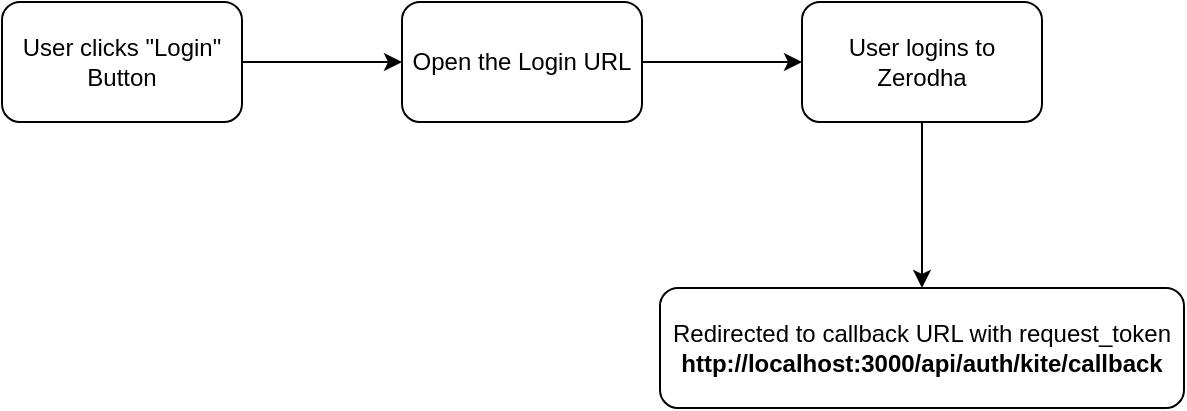
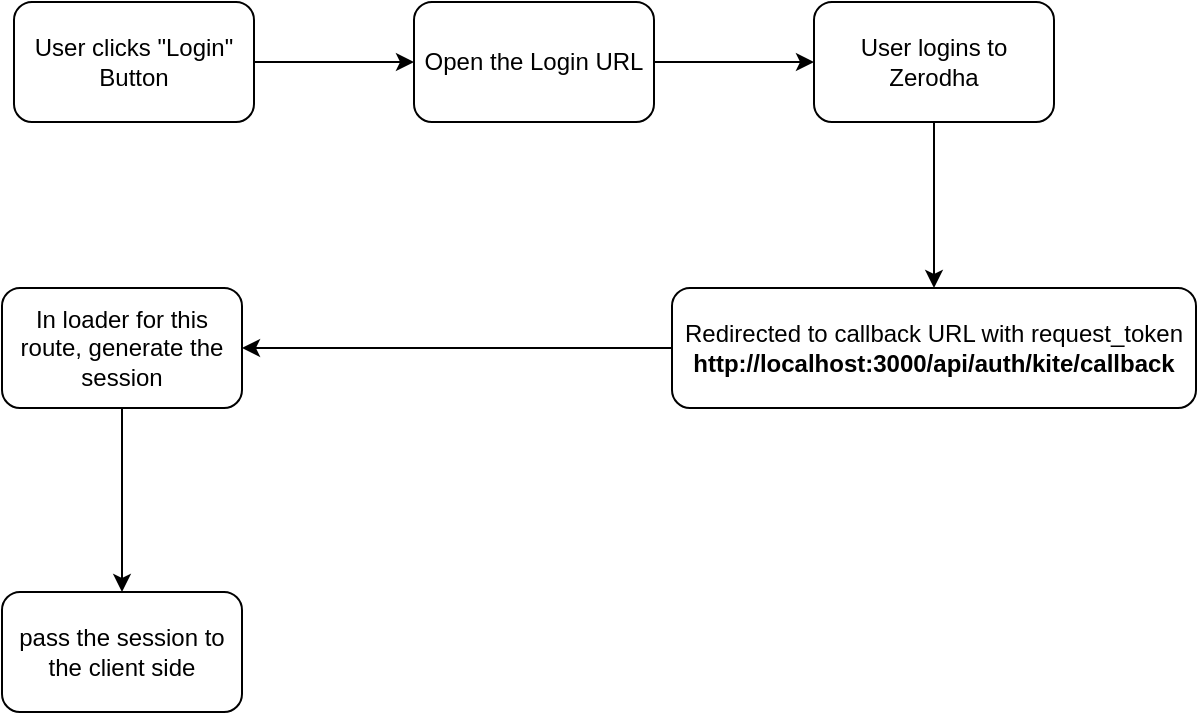
<mxfile host="app.diagrams.net" pages="3">
  <diagram id="4KjMPYYtLXdBkkJX1B08" name="Auth">
-     <mxGraphModel dx="726" dy="626" grid="0" gridSize="10" guides="1" tooltips="1" connect="1" arrows="1" fold="1" page="0" pageScale="1" pageWidth="402" pageHeight="874" math="0" shadow="0">
+     <mxGraphModel dx="957" dy="626" grid="0" gridSize="10" guides="1" tooltips="1" connect="1" arrows="1" fold="1" page="0" pageScale="1" pageWidth="402" pageHeight="874" math="0" shadow="0">
      <root>
        <mxCell id="0" />
        <mxCell id="1" parent="0" />
        <mxCell id="pPH6oVQiPgVcm9OUePWL-3" edge="1" parent="1" source="pPH6oVQiPgVcm9OUePWL-1" style="edgeStyle=orthogonalEdgeStyle;rounded=0;orthogonalLoop=1;jettySize=auto;html=1;" target="pPH6oVQiPgVcm9OUePWL-2" value="">
          <mxGeometry relative="1" as="geometry" />
        </mxCell>
        <mxCell id="pPH6oVQiPgVcm9OUePWL-1" parent="1" style="rounded=1;whiteSpace=wrap;html=1;" value="User clicks &quot;Login&quot; Button" vertex="1">
          <mxGeometry height="60" width="120" x="23" y="101" as="geometry" />
        </mxCell>
        <mxCell id="pPH6oVQiPgVcm9OUePWL-5" edge="1" parent="1" source="pPH6oVQiPgVcm9OUePWL-2" style="edgeStyle=orthogonalEdgeStyle;rounded=0;orthogonalLoop=1;jettySize=auto;html=1;" target="pPH6oVQiPgVcm9OUePWL-4" value="">
          <mxGeometry relative="1" as="geometry" />
        </mxCell>
        <mxCell id="pPH6oVQiPgVcm9OUePWL-2" parent="1" style="whiteSpace=wrap;html=1;rounded=1;" value="Open the Login URL" vertex="1">
          <mxGeometry height="60" width="120" x="223" y="101" as="geometry" />
        </mxCell>
        <mxCell id="pPH6oVQiPgVcm9OUePWL-7" edge="1" parent="1" source="pPH6oVQiPgVcm9OUePWL-4" style="edgeStyle=orthogonalEdgeStyle;rounded=0;orthogonalLoop=1;jettySize=auto;html=1;" target="pPH6oVQiPgVcm9OUePWL-6" value="">
          <mxGeometry relative="1" as="geometry" />
        </mxCell>
        <mxCell id="pPH6oVQiPgVcm9OUePWL-4" parent="1" style="whiteSpace=wrap;html=1;rounded=1;" value="User logins to Zerodha" vertex="1">
          <mxGeometry height="60" width="120" x="423" y="101" as="geometry" />
        </mxCell>
+         <mxCell id="pPH6oVQiPgVcm9OUePWL-9" edge="1" parent="1" source="pPH6oVQiPgVcm9OUePWL-6" style="edgeStyle=orthogonalEdgeStyle;rounded=0;orthogonalLoop=1;jettySize=auto;html=1;" target="pPH6oVQiPgVcm9OUePWL-8" value="">
+           <mxGeometry relative="1" as="geometry" />
+         </mxCell>
        <mxCell id="pPH6oVQiPgVcm9OUePWL-6" parent="1" style="whiteSpace=wrap;html=1;rounded=1;" value="Redirected to callback URL with request_token&lt;br&gt;&lt;b&gt;http://localhost:3000/api/auth/kite/callback&lt;/b&gt;" vertex="1">
          <mxGeometry height="60" width="262" x="352" y="244" as="geometry" />
+         </mxCell>
+         <mxCell id="pPH6oVQiPgVcm9OUePWL-11" edge="1" parent="1" source="pPH6oVQiPgVcm9OUePWL-8" style="edgeStyle=orthogonalEdgeStyle;rounded=0;orthogonalLoop=1;jettySize=auto;html=1;" target="pPH6oVQiPgVcm9OUePWL-10" value="">
+           <mxGeometry relative="1" as="geometry" />
+         </mxCell>
+         <mxCell id="pPH6oVQiPgVcm9OUePWL-8" parent="1" style="whiteSpace=wrap;html=1;rounded=1;" value="In loader for this route, generate the session" vertex="1">
+           <mxGeometry height="60" width="120" x="17" y="244" as="geometry" />
+         </mxCell>
+         <mxCell id="pPH6oVQiPgVcm9OUePWL-10" parent="1" style="whiteSpace=wrap;html=1;rounded=1;" value="pass the session to the client side" vertex="1">
+           <mxGeometry height="60" width="120" x="17" y="396" as="geometry" />
        </mxCell>
      </root>
    </mxGraphModel>
  </diagram>
  <diagram name="UI/UX" id="5MV4RERJIjpIYta4IkZD">
    <mxGraphModel dx="3134" dy="2189" grid="0" gridSize="10" guides="1" tooltips="1" connect="1" arrows="1" fold="1" page="0" pageScale="1" pageWidth="402" pageHeight="874" background="#ffffff" math="0" shadow="0">
      <root>
        <mxCell id="0" />
        <mxCell id="1" parent="0" />
        <mxCell id="ExlUUjPYo0Ii6ma58Pc_-14" parent="1" style="rounded=1;whiteSpace=wrap;html=1;" value="" vertex="1">
          <mxGeometry height="321" width="1097" x="-296" y="-20" as="geometry" />
        </mxCell>
        <mxCell id="ExlUUjPYo0Ii6ma58Pc_-13" parent="1" style="rounded=1;whiteSpace=wrap;html=1;" value="" vertex="1">
          <mxGeometry height="321" width="1097" x="-287" y="732" as="geometry" />
        </mxCell>
        <mxCell id="iMmVTYed4h1aN_pzg3ix-1" parent="1" style="text;html=1;whiteSpace=wrap;strokeColor=none;fillColor=none;align=center;verticalAlign=middle;rounded=0;fontStyle=1;fontSize=48;fontColor=light-dark(#7a7978, #ededed);" value="Net Qty." vertex="1">
          <mxGeometry height="59" width="60" x="-120" y="72" as="geometry" />
        </mxCell>
        <mxCell id="iMmVTYed4h1aN_pzg3ix-2" parent="1" style="text;html=1;whiteSpace=wrap;strokeColor=none;fillColor=none;align=center;verticalAlign=middle;rounded=0;fontStyle=1;fontSize=48;fontColor=light-dark(#7a7978, #ededed);" value="AVG. PRICE" vertex="1">
          <mxGeometry height="59" width="60" x="149" y="61" as="geometry" />
        </mxCell>
        <mxCell id="iMmVTYed4h1aN_pzg3ix-3" parent="1" style="text;html=1;whiteSpace=wrap;strokeColor=none;fillColor=none;align=center;verticalAlign=middle;rounded=0;fontStyle=1;fontSize=48;fontColor=light-dark(#7a7978, #ededed);" value="LTP" vertex="1">
          <mxGeometry height="59" width="60" x="418" y="61" as="geometry" />
        </mxCell>
        <mxCell id="iMmVTYed4h1aN_pzg3ix-4" parent="1" style="text;html=1;whiteSpace=wrap;strokeColor=none;fillColor=none;align=center;verticalAlign=middle;rounded=0;fontStyle=1;fontSize=48;fontColor=light-dark(#7a7978, #ededed);" value="PnL" vertex="1">
          <mxGeometry height="59" width="60" x="687" y="61" as="geometry" />
        </mxCell>
        <mxCell id="iMmVTYed4h1aN_pzg3ix-5" parent="1" style="text;html=1;whiteSpace=wrap;strokeColor=none;fillColor=none;align=center;verticalAlign=middle;rounded=0;fontSize=36;fontStyle=1" value="100" vertex="1">
          <mxGeometry height="30" width="60" x="-120" y="211" as="geometry" />
        </mxCell>
        <mxCell id="iMmVTYed4h1aN_pzg3ix-6" parent="1" style="text;html=1;whiteSpace=wrap;strokeColor=none;fillColor=none;align=center;verticalAlign=middle;rounded=0;fontSize=36;fontStyle=1" value="36.40" vertex="1">
          <mxGeometry height="30" width="60" x="149" y="211" as="geometry" />
        </mxCell>
        <mxCell id="iMmVTYed4h1aN_pzg3ix-7" parent="1" style="text;html=1;whiteSpace=wrap;strokeColor=none;fillColor=none;align=center;verticalAlign=middle;rounded=0;fontSize=36;fontStyle=1" value="37.45" vertex="1">
          <mxGeometry height="30" width="60" x="418" y="211" as="geometry" />
        </mxCell>
        <mxCell id="iMmVTYed4h1aN_pzg3ix-8" parent="1" style="text;html=1;whiteSpace=wrap;strokeColor=none;fillColor=none;align=center;verticalAlign=middle;rounded=0;fontSize=36;fontStyle=1" value="100" vertex="1">
          <mxGeometry height="30" width="60" x="687" y="211" as="geometry" />
        </mxCell>
        <mxCell id="7si3vGMUa6yKKs87A3T9-2" edge="1" parent="1" source="7si3vGMUa6yKKs87A3T9-1" style="edgeStyle=orthogonalEdgeStyle;rounded=0;orthogonalLoop=1;jettySize=auto;html=1;exitX=0.5;exitY=0;exitDx=0;exitDy=0;entryX=0;entryY=0.5;entryDx=0;entryDy=0;" target="iMmVTYed4h1aN_pzg3ix-5">
          <mxGeometry relative="1" as="geometry">
            <Array as="points">
              <mxPoint x="-283" y="227" />
              <mxPoint x="-139" y="227" />
            </Array>
            <mxPoint x="-139.09090909090924" y="259.27272727272725" as="targetPoint" />
          </mxGeometry>
        </mxCell>
        <mxCell id="7si3vGMUa6yKKs87A3T9-1" parent="1" style="text;html=1;whiteSpace=wrap;strokeColor=none;fillColor=none;align=center;verticalAlign=middle;rounded=0;fontStyle=1" value="Red color if negative, blue color if positive" vertex="1">
          <mxGeometry height="70" width="129" x="-347" y="453" as="geometry" />
        </mxCell>
        <mxCell id="7si3vGMUa6yKKs87A3T9-4" edge="1" parent="1" source="7si3vGMUa6yKKs87A3T9-3" style="edgeStyle=orthogonalEdgeStyle;rounded=0;orthogonalLoop=1;jettySize=auto;html=1;entryX=0.5;entryY=1;entryDx=0;entryDy=0;" target="iMmVTYed4h1aN_pzg3ix-8">
          <mxGeometry relative="1" as="geometry" />
        </mxCell>
        <mxCell id="7si3vGMUa6yKKs87A3T9-3" parent="1" style="text;html=1;whiteSpace=wrap;strokeColor=none;fillColor=none;align=center;verticalAlign=middle;rounded=0;fontStyle=1" value="Red color if negative, blue color if positive" vertex="1">
          <mxGeometry height="70" width="129" x="681" y="398" as="geometry" />
        </mxCell>
        <mxCell id="7si3vGMUa6yKKs87A3T9-5" parent="1" style="text;html=1;whiteSpace=wrap;strokeColor=none;fillColor=none;align=center;verticalAlign=middle;rounded=0;" value="Will receive the following props:&lt;br&gt;netQuantity: number;&lt;br&gt;&lt;div&gt;averagePrice: number&lt;/div&gt;&lt;div&gt;ltp: number;&lt;/div&gt;" vertex="1">
          <mxGeometry height="101" width="203" x="-25" y="355" as="geometry" />
        </mxCell>
        <mxCell id="7si3vGMUa6yKKs87A3T9-6" parent="1" style="text;html=1;whiteSpace=wrap;strokeColor=none;fillColor=none;align=center;verticalAlign=middle;rounded=0;" value="PnL needs to be calculated by the component" vertex="1">
          <mxGeometry height="101" width="203" x="-21" y="482" as="geometry" />
        </mxCell>
        <mxCell id="7si3vGMUa6yKKs87A3T9-7" parent="1" style="text;html=1;whiteSpace=wrap;strokeColor=none;fillColor=none;align=center;verticalAlign=middle;rounded=0;fontStyle=1;fontSize=48;fontColor=light-dark(#7a7978, #ededed);" value="Net Qty." vertex="1">
          <mxGeometry height="59" width="60" x="-186" y="816" as="geometry" />
        </mxCell>
        <mxCell id="7si3vGMUa6yKKs87A3T9-8" parent="1" style="text;html=1;whiteSpace=wrap;strokeColor=none;fillColor=none;align=center;verticalAlign=middle;rounded=0;fontStyle=1;fontSize=48;fontColor=light-dark(#7a7978, #ededed);" value="AVG. PRICE" vertex="1">
          <mxGeometry height="59" width="60" x="83" y="805" as="geometry" />
        </mxCell>
        <mxCell id="7si3vGMUa6yKKs87A3T9-9" parent="1" style="text;html=1;whiteSpace=wrap;strokeColor=none;fillColor=none;align=center;verticalAlign=middle;rounded=0;fontStyle=1;fontSize=48;fontColor=light-dark(#7a7978, #ededed);" value="LTP" vertex="1">
          <mxGeometry height="59" width="60" x="352" y="805" as="geometry" />
        </mxCell>
        <mxCell id="7si3vGMUa6yKKs87A3T9-10" parent="1" style="text;html=1;whiteSpace=wrap;strokeColor=none;fillColor=none;align=center;verticalAlign=middle;rounded=0;fontStyle=1;fontSize=48;fontColor=light-dark(#7a7978, #ededed);" value="PnL" vertex="1">
          <mxGeometry height="59" width="60" x="621" y="805" as="geometry" />
        </mxCell>
        <mxCell id="7si3vGMUa6yKKs87A3T9-11" parent="1" style="text;html=1;whiteSpace=wrap;strokeColor=none;fillColor=none;align=center;verticalAlign=middle;rounded=0;fontSize=18;fontStyle=1" value="{props.netQuantity}" vertex="1">
          <mxGeometry height="30" width="60" x="-186" y="955" as="geometry" />
        </mxCell>
        <mxCell id="7si3vGMUa6yKKs87A3T9-12" parent="1" style="text;html=1;whiteSpace=wrap;strokeColor=none;fillColor=none;align=center;verticalAlign=middle;rounded=0;fontSize=18;fontStyle=1" value="&lt;div&gt;{props.averagePrice}&lt;/div&gt;" vertex="1">
          <mxGeometry height="30" width="60" x="83" y="955" as="geometry" />
        </mxCell>
        <mxCell id="7si3vGMUa6yKKs87A3T9-13" parent="1" style="text;html=1;whiteSpace=wrap;strokeColor=none;fillColor=none;align=center;verticalAlign=middle;rounded=0;fontSize=18;fontStyle=1" value="{props.ltp}" vertex="1">
          <mxGeometry height="30" width="60" x="352" y="955" as="geometry" />
        </mxCell>
        <mxCell id="7si3vGMUa6yKKs87A3T9-14" parent="1" style="text;html=1;whiteSpace=wrap;strokeColor=none;fillColor=none;align=center;verticalAlign=middle;rounded=0;fontSize=18;fontStyle=1" value="{pnl}" vertex="1">
          <mxGeometry height="30" width="60" x="621" y="955" as="geometry" />
        </mxCell>
        <mxCell id="ExlUUjPYo0Ii6ma58Pc_-1" parent="1" style="rounded=1;whiteSpace=wrap;html=1;" value="" vertex="1">
          <mxGeometry height="321" width="1253" x="-202" y="1234" as="geometry" />
        </mxCell>
        <mxCell id="ExlUUjPYo0Ii6ma58Pc_-2" parent="1" style="text;html=1;whiteSpace=wrap;strokeColor=none;fillColor=none;align=center;verticalAlign=middle;rounded=0;fontStyle=1;fontSize=48;fontColor=light-dark(#7a7978, #ededed);" value="Total Margin" vertex="1">
          <mxGeometry height="59" width="168" x="-154" y="1292" as="geometry" />
        </mxCell>
        <mxCell id="ExlUUjPYo0Ii6ma58Pc_-3" parent="1" style="text;html=1;whiteSpace=wrap;strokeColor=none;fillColor=none;align=center;verticalAlign=middle;rounded=0;fontStyle=1;fontSize=48;fontColor=light-dark(#7a7978, #ededed);" value="Utilized Margin" vertex="1">
          <mxGeometry height="59" width="168" x="330" y="1295" as="geometry" />
        </mxCell>
        <mxCell id="ExlUUjPYo0Ii6ma58Pc_-4" parent="1" style="text;html=1;whiteSpace=wrap;strokeColor=none;fillColor=none;align=center;verticalAlign=middle;rounded=0;fontStyle=1;fontSize=48;fontColor=light-dark(#7a7978, #ededed);" value="Net Margin" vertex="1">
          <mxGeometry height="59" width="168" x="813" y="1289" as="geometry" />
        </mxCell>
        <mxCell id="ExlUUjPYo0Ii6ma58Pc_-5" parent="1" style="text;html=1;whiteSpace=wrap;strokeColor=none;fillColor=none;align=center;verticalAlign=middle;rounded=0;fontSize=42;" value="₹2000" vertex="1">
          <mxGeometry height="30" width="60" x="-100" y="1412" as="geometry" />
        </mxCell>
        <mxCell id="ExlUUjPYo0Ii6ma58Pc_-7" parent="1" style="text;html=1;whiteSpace=wrap;strokeColor=none;fillColor=none;align=center;verticalAlign=middle;rounded=0;fontSize=42;" value="₹200" vertex="1">
          <mxGeometry height="30" width="60" x="384" y="1412" as="geometry" />
        </mxCell>
        <mxCell id="ExlUUjPYo0Ii6ma58Pc_-8" parent="1" style="text;html=1;whiteSpace=wrap;strokeColor=none;fillColor=none;align=center;verticalAlign=middle;rounded=0;fontSize=42;" value="₹1800" vertex="1">
          <mxGeometry height="30" width="60" x="867" y="1412" as="geometry" />
        </mxCell>
        <mxCell id="ExlUUjPYo0Ii6ma58Pc_-9" parent="1" style="html=1;shadow=0;dashed=0;shape=mxgraph.bootstrap.rrect;rSize=5;fillColor=#E9ECEF;strokeColor=none;" value="" vertex="1">
          <mxGeometry height="20" width="800" x="24.5" y="1507" as="geometry" />
        </mxCell>
        <mxCell id="ExlUUjPYo0Ii6ma58Pc_-10" parent="ExlUUjPYo0Ii6ma58Pc_-9" style="html=1;shadow=0;dashed=0;shape=mxgraph.bootstrap.leftButton;rSize=5;fillColor=#1CA5B8;strokeColor=none;resizeHeight=1;" value="" vertex="1">
          <mxGeometry height="20" relative="1" width="250" as="geometry" />
        </mxCell>
        <mxCell id="ExlUUjPYo0Ii6ma58Pc_-11" parent="1" style="text;html=1;whiteSpace=wrap;strokeColor=none;fillColor=none;align=center;verticalAlign=middle;rounded=0;fontSize=24;" value="The max value on the progress bar is the total margin and the filled in part is the utilized margin" vertex="1">
          <mxGeometry height="92" width="269" x="175" y="1620" as="geometry" />
        </mxCell>
        <mxCell id="ExlUUjPYo0Ii6ma58Pc_-12" edge="1" parent="1" source="ExlUUjPYo0Ii6ma58Pc_-11" style="edgeStyle=orthogonalEdgeStyle;rounded=0;orthogonalLoop=1;jettySize=auto;html=1;exitX=0.5;exitY=0;exitDx=0;exitDy=0;entryX=0.412;entryY=0.999;entryDx=0;entryDy=0;entryPerimeter=0;" target="ExlUUjPYo0Ii6ma58Pc_-1">
          <mxGeometry relative="1" as="geometry" />
        </mxCell>
      </root>
    </mxGraphModel>
  </diagram>
  <diagram id="dmkDPsUycKQvBsQ4H3Di" name="Kite-Fly-Ticker-Architecture">
    <mxGraphModel dx="1357" dy="626" grid="0" gridSize="10" guides="1" tooltips="1" connect="1" arrows="1" fold="1" page="0" pageScale="1" pageWidth="402" pageHeight="874" math="0" shadow="0">
      <root>
        <mxCell id="0" />
        <mxCell id="1" parent="0" />
        <mxCell id="FDZGNOtkY16CQce4NqAR-3" edge="1" parent="1" source="FDZGNOtkY16CQce4NqAR-1" style="edgeStyle=orthogonalEdgeStyle;rounded=0;orthogonalLoop=1;jettySize=auto;html=1;" target="FDZGNOtkY16CQce4NqAR-2" value="">
          <mxGeometry relative="1" as="geometry" />
        </mxCell>
        <mxCell id="FDZGNOtkY16CQce4NqAR-1" parent="1" style="rounded=1;whiteSpace=wrap;html=1;" value="Client posts a request - for example:&lt;br&gt;&lt;div&gt;&lt;br&gt;&lt;/div&gt;&lt;br&gt;&lt;div&gt;fetch(&quot;http://localhost:3000/api/ltp&quot;, () =&amp;gt; {&lt;/div&gt;&lt;div&gt;method: &quot;POST&quot;,&lt;/div&gt;&lt;div&gt;body: JSON.stringify({&lt;/div&gt;&lt;div&gt;instrument: &quot;WIPRO&quot;,&lt;br&gt;ltp: 128.10&lt;/div&gt;&lt;div&gt;})&lt;/div&gt;&lt;div&gt;})&lt;br&gt;&lt;br&gt;The call is made from another site - for ex. https://kite.zerodha.com&lt;/div&gt;" vertex="1">
          <mxGeometry height="236" width="345" x="-33" y="45" as="geometry" />
        </mxCell>
        <mxCell id="FDZGNOtkY16CQce4NqAR-5" edge="1" parent="1" source="FDZGNOtkY16CQce4NqAR-2" style="edgeStyle=orthogonalEdgeStyle;rounded=0;orthogonalLoop=1;jettySize=auto;html=1;" target="FDZGNOtkY16CQce4NqAR-4" value="">
          <mxGeometry relative="1" as="geometry" />
        </mxCell>
        <mxCell id="FDZGNOtkY16CQce4NqAR-2" parent="1" style="whiteSpace=wrap;html=1;rounded=1;" value="SERVER" vertex="1">
          <mxGeometry height="60" width="120" x="504.5" y="98.5" as="geometry" />
        </mxCell>
        <mxCell id="FDZGNOtkY16CQce4NqAR-8" edge="1" parent="1" source="FDZGNOtkY16CQce4NqAR-4" style="edgeStyle=orthogonalEdgeStyle;rounded=0;orthogonalLoop=1;jettySize=auto;html=1;exitX=0.75;exitY=1;exitDx=0;exitDy=0;entryX=1;entryY=0.75;entryDx=0;entryDy=0;" target="FDZGNOtkY16CQce4NqAR-6">
          <mxGeometry relative="1" as="geometry" />
        </mxCell>
        <mxCell id="FDZGNOtkY16CQce4NqAR-4" parent="1" style="whiteSpace=wrap;html=1;rounded=1;" value="Websocket" vertex="1">
          <mxGeometry height="60" width="120" x="504.5" y="265" as="geometry" />
        </mxCell>
        <mxCell id="FDZGNOtkY16CQce4NqAR-7" edge="1" parent="1" source="FDZGNOtkY16CQce4NqAR-6" style="edgeStyle=orthogonalEdgeStyle;rounded=0;orthogonalLoop=1;jettySize=auto;html=1;entryX=0.5;entryY=1;entryDx=0;entryDy=0;" target="FDZGNOtkY16CQce4NqAR-4">
          <mxGeometry relative="1" as="geometry" />
        </mxCell>
        <mxCell id="FDZGNOtkY16CQce4NqAR-6" parent="1" style="rounded=1;whiteSpace=wrap;html=1;" value="On another client,&lt;div&gt;new Websocket()&lt;/div&gt;// receive the data which is sent from /api/ltp" vertex="1">
          <mxGeometry height="167" width="345" x="1" y="392" as="geometry" />
        </mxCell>
      </root>
    </mxGraphModel>
  </diagram>
</mxfile>
